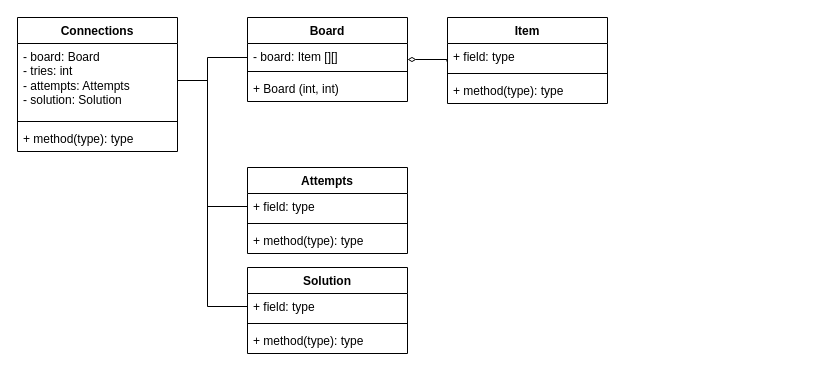
Before: etc/connections.drawio in av4sin/provisional-connecctions, a draw.io diagram. Source tidied: cells renumbered, new cells numbered last; positions are measured from the earlier drawing's top-left corner, leaving out a move shared by most shapes. Both pictures are drawn from the tidied source at 100%, with x=0, y=0 at pixel (17, 17).
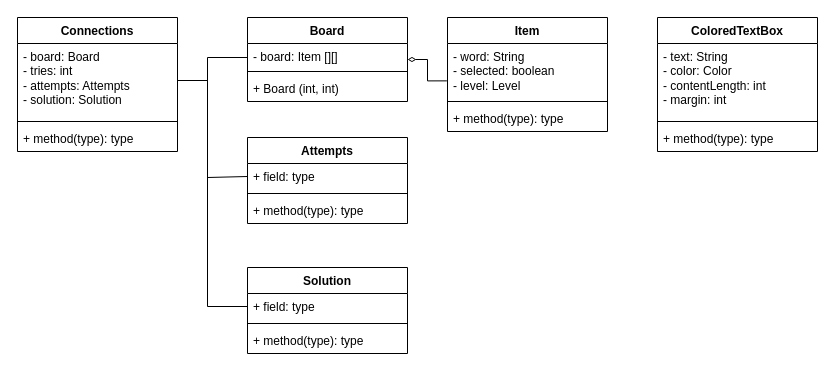
Above is the later version.

The change refers to these unchanged cells:
```xml
<mxCell id="3" value="&lt;div&gt;- board: Board&lt;/div&gt;&lt;div&gt;- tries: int&lt;/div&gt;&lt;div&gt;- attempts: Attempts&lt;/div&gt;&lt;div&gt;- solution: Solution&lt;br&gt;&lt;/div&gt;" style="text;strokeColor=none;fillColor=none;align=left;verticalAlign=top;spacingLeft=4;spacingRight=4;overflow=hidden;points=[[0,0.5],[1,0.5]];portConstraint=eastwest;whiteSpace=wrap;html=1;" parent="2" vertex="1">
  <mxGeometry y="26" width="160" height="74" as="geometry" />
</mxCell>
<mxCell id="12" value="+ field: type" style="text;strokeColor=none;fillColor=none;align=left;verticalAlign=top;spacingLeft=4;spacingRight=4;overflow=hidden;points=[[0,0.5],[1,0.5]];portConstraint=eastwest;whiteSpace=wrap;html=1;" parent="11" vertex="1">
  <mxGeometry y="26" width="160" height="26" as="geometry" />
</mxCell>
```

Change to the diagram source:
```diff
@@
     <mxCell id="11" value="Attempts" style="swimlane;fontStyle=1;align=center;verticalAlign=top;horizontal=1;startSize=26;whiteSpace=wrap;html=1;" parent="1" vertex="1">
-      <mxGeometry x="230" y="150" width="160" height="86" as="geometry" />
+      <mxGeometry x="230" y="120" width="160" height="86" as="geometry" />
     </mxCell>
@@
     <mxCell id="19" value="Item" style="swimlane;fontStyle=1;align=center;verticalAlign=top;horizontal=1;startSize=26;whiteSpace=wrap;html=1;" parent="1" vertex="1">
-      <mxGeometry x="430" width="160" height="86" as="geometry" />
+      <mxGeometry x="430" width="160" height="114" as="geometry" />
     </mxCell>
-    <mxCell id="20" value="+ field: type" style="text;strokeColor=none;fillColor=none;align=left;verticalAlign=top;spacingLeft=4;spacingRight=4;overflow=hidden;points=[[0,0.5],[1,0.5]];portConstraint=eastwest;whiteSpace=wrap;html=1;" parent="19" vertex="1">
-      <mxGeometry y="26" width="160" height="26" as="geometry" />
+    <mxCell id="20" value="&lt;div&gt;- word: String&lt;/div&gt;&lt;div&gt;- selected: boolean&lt;br&gt;&lt;/div&gt;&lt;div&gt;- level: Level&lt;br&gt;&lt;/div&gt;" style="text;strokeColor=none;fillColor=none;align=left;verticalAlign=top;spacingLeft=4;spacingRight=4;overflow=hidden;points=[[0,0.5],[1,0.5]];portConstraint=eastwest;whiteSpace=wrap;html=1;" parent="19" vertex="1">
+      <mxGeometry y="26" width="160" height="54" as="geometry" />
     </mxCell>
     <mxCell id="21" style="line;strokeWidth=1;fillColor=none;align=left;verticalAlign=middle;spacingTop=-1;spacingLeft=3;spacingRight=3;labelPosition=right;strokeColor=inherit;" parent="19" vertex="1">
-      <mxGeometry y="52" width="160" height="8" as="geometry" />
+      <mxGeometry y="80" width="160" height="8" as="geometry" />
     </mxCell>
     <mxCell id="22" value="+ method(type): type" style="text;strokeColor=none;fillColor=none;align=left;verticalAlign=top;spacingLeft=4;spacingRight=4;overflow=hidden;whiteSpace=wrap;html=1;" parent="19" vertex="1">
-      <mxGeometry y="60" width="160" height="26" as="geometry" />
+      <mxGeometry y="88" width="160" height="26" as="geometry" />
     </mxCell>
@@
     <mxCell id="25" style="edgeStyle=orthogonalEdgeStyle;rounded=0;jettySize=auto;html=1;exitX=1;exitY=0.5;exitDx=0;exitDy=0;entryX=0;entryY=0.5;entryDx=0;entryDy=0;endArrow=none;endFill=0;" parent="1" edge="1" source="3" target="12">
       <mxGeometry relative="1" as="geometry">
         <Array as="points">
           <mxPoint x="190" y="63" />
-          <mxPoint x="190" y="189" />
+          <mxPoint x="190" y="160" />
+          <mxPoint x="230" y="160" />
         </Array>
       </mxGeometry>
     </mxCell>
+    <mxCell id="26" value="ColoredTextBox" style="swimlane;fontStyle=1;align=center;verticalAlign=top;horizontal=1;startSize=26;whiteSpace=wrap;html=1;" parent="1" vertex="1">
+      <mxGeometry x="640" width="160" height="134" as="geometry" />
+    </mxCell>
+    <mxCell id="27" value="&lt;div&gt;- text: String&lt;/div&gt;&lt;div&gt;- color: Color&lt;/div&gt;&lt;div&gt;- contentLength: int&lt;/div&gt;&lt;div&gt;- margin: int&lt;br&gt;&lt;/div&gt;" style="text;strokeColor=none;fillColor=none;align=left;verticalAlign=top;spacingLeft=4;spacingRight=4;overflow=hidden;whiteSpace=wrap;html=1;" parent="26" vertex="1">
+      <mxGeometry y="26" width="160" height="74" as="geometry" />
+    </mxCell>
+    <mxCell id="28" style="line;strokeWidth=1;fillColor=none;align=left;verticalAlign=middle;spacingTop=-1;spacingLeft=3;spacingRight=3;labelPosition=right;strokeColor=inherit;" parent="26" vertex="1">
+      <mxGeometry y="100" width="160" height="8" as="geometry" />
+    </mxCell>
+    <mxCell id="29" value="+ method(type): type" style="text;strokeColor=none;fillColor=none;align=left;verticalAlign=top;spacingLeft=4;spacingRight=4;overflow=hidden;whiteSpace=wrap;html=1;" parent="26" vertex="1">
+      <mxGeometry y="108" width="160" height="26" as="geometry" />
+    </mxCell>
```
